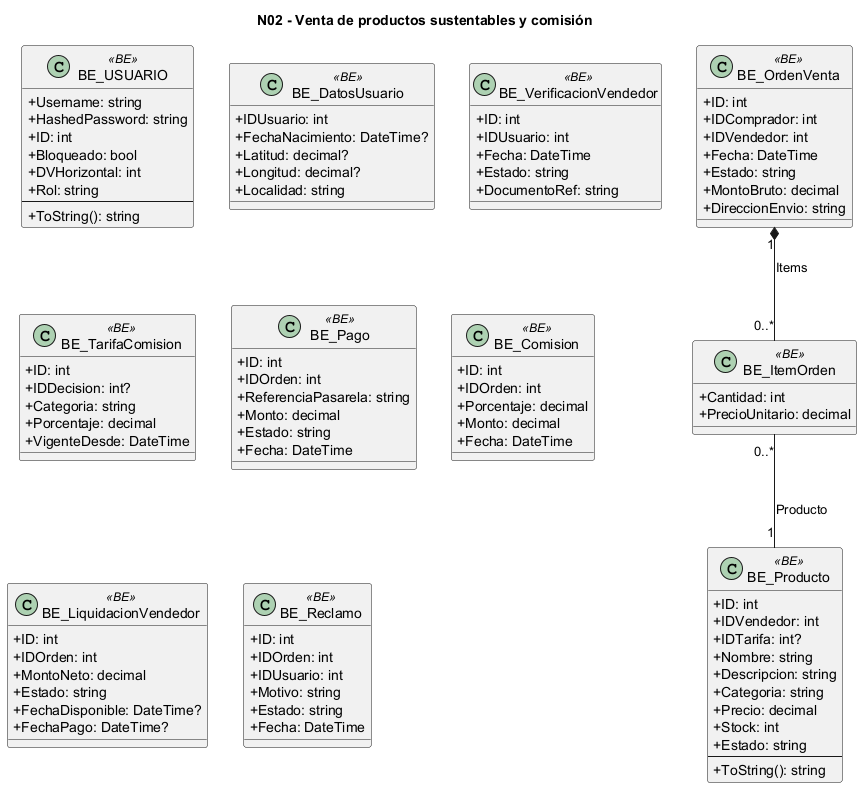
L-Muniz/uai-diploma_2026 keeps this PlantUML diagram as docs/diagramas/uml_png/procesos__N02_modelo_conceptual.png. Above is the earlier version.
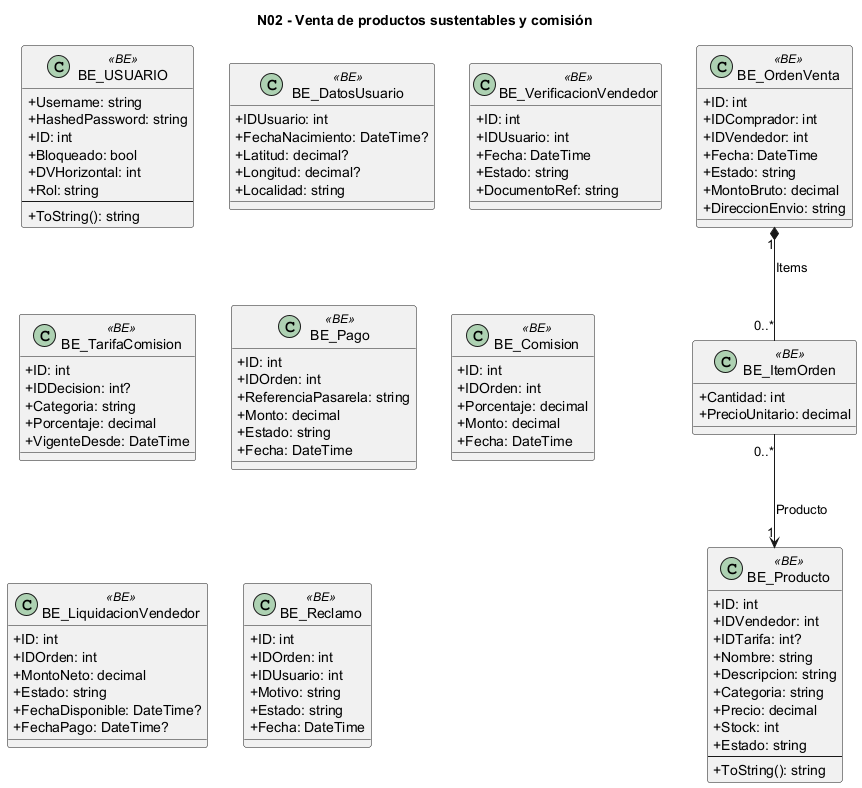
After the change.

Change to the diagram source:
```diff
@@ -90,5 +90,5 @@
   +Fecha: DateTime
 }
 BE_OrdenVenta "1" *-- "0..*" BE_ItemOrden : Items
-BE_ItemOrden "0..*" -- "1" BE_Producto : Producto
+BE_ItemOrden "0..*" --> "1" BE_Producto : Producto
 @enduml
```
